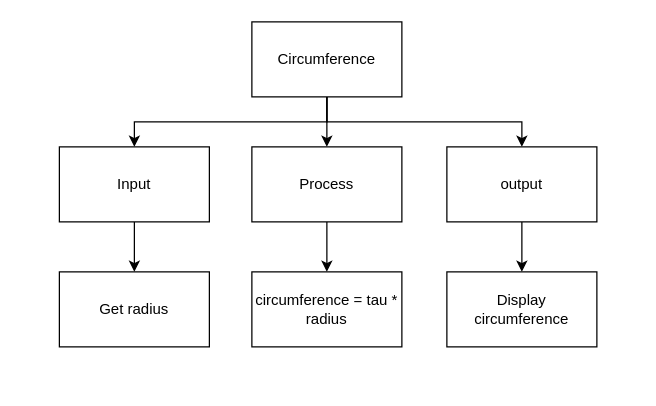
Above: page "Top Down" (1 of 2) of design.drawio in Samuel-Webster-178/Assignment-02-Python (draw.io), before the change. Source tidied: cells renumbered, new cells numbered last; positions are measured from the earlier drawing's top-left corner, leaving out a move shared by most shapes. Both pictures are drawn from the tidied source at 125%, with x=0, y=0 at pixel (59, 21).
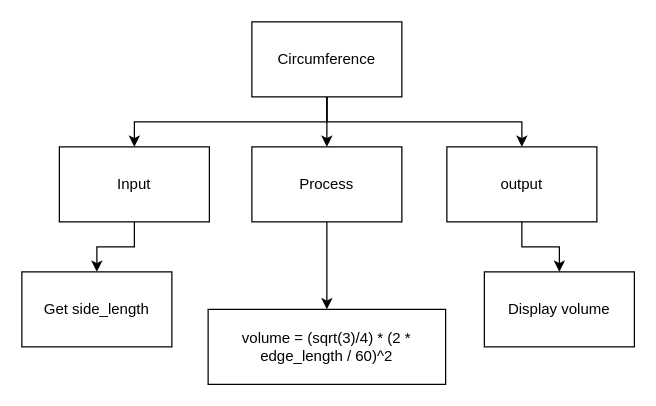
The same page after the edit.

Change to the diagram source:
```diff
@@
 <mxGraphModel>
   <root>
     <mxCell id="0" />
     <mxCell id="1" parent="0" />
     <mxCell id="2" style="edgeStyle=none;html=1;" parent="1" edge="1" source="5" target="9">
       <mxGeometry relative="1" as="geometry" />
     </mxCell>
     <mxCell id="3" style="edgeStyle=orthogonalEdgeStyle;html=1;entryX=0.5;entryY=0;entryDx=0;entryDy=0;rounded=0;" parent="1" edge="1" source="5" target="7">
       <mxGeometry relative="1" as="geometry">
         <Array as="points">
           <mxPoint x="214" y="80" />
           <mxPoint x="60" y="80" />
         </Array>
       </mxGeometry>
     </mxCell>
     <mxCell id="4" style="edgeStyle=orthogonalEdgeStyle;html=1;entryX=0.5;entryY=0;entryDx=0;entryDy=0;rounded=0;" parent="1" edge="1" source="5" target="11">
       <mxGeometry relative="1" as="geometry">
         <Array as="points">
           <mxPoint x="214" y="80" />
           <mxPoint x="370" y="80" />
         </Array>
       </mxGeometry>
     </mxCell>
     <mxCell id="5" value="Circumference" style="rounded=0;whiteSpace=wrap;html=1;" parent="1" vertex="1">
       <mxGeometry x="154" width="120" height="60" as="geometry" />
     </mxCell>
     <mxCell id="6" style="edgeStyle=orthogonalEdgeStyle;rounded=0;html=1;" parent="1" edge="1" source="7" target="12">
       <mxGeometry relative="1" as="geometry" />
     </mxCell>
     <mxCell id="7" value="Input" style="rounded=0;whiteSpace=wrap;html=1;" parent="1" vertex="1">
       <mxGeometry y="100" width="120" height="60" as="geometry" />
     </mxCell>
     <mxCell id="8" style="edgeStyle=orthogonalEdgeStyle;rounded=0;html=1;" parent="1" edge="1" source="9" target="13">
       <mxGeometry relative="1" as="geometry" />
     </mxCell>
     <mxCell id="9" value="Process" style="rounded=0;whiteSpace=wrap;html=1;" parent="1" vertex="1">
       <mxGeometry x="154" y="100" width="120" height="60" as="geometry" />
     </mxCell>
     <mxCell id="10" style="edgeStyle=orthogonalEdgeStyle;rounded=0;html=1;" parent="1" edge="1" source="11" target="14">
       <mxGeometry relative="1" as="geometry" />
     </mxCell>
     <mxCell id="11" value="output" style="rounded=0;whiteSpace=wrap;html=1;" parent="1" vertex="1">
       <mxGeometry x="310" y="100" width="120" height="60" as="geometry" />
     </mxCell>
-    <mxCell id="12" value="Get radius" style="rounded=0;whiteSpace=wrap;html=1;" parent="1" vertex="1">
-      <mxGeometry y="200" width="120" height="60" as="geometry" />
+    <mxCell id="12" value="Get side_length" style="rounded=0;whiteSpace=wrap;html=1;" parent="1" vertex="1">
+      <mxGeometry x="-30" y="200" width="120" height="60" as="geometry" />
     </mxCell>
-    <mxCell id="13" value="circumference = tau * radius" style="rounded=0;whiteSpace=wrap;html=1;" parent="1" vertex="1">
-      <mxGeometry x="154" y="200" width="120" height="60" as="geometry" />
+    <mxCell id="13" value="volume =&amp;nbsp;(sqrt(3)/4) * (2 * edge_length / 60)^2" style="rounded=0;whiteSpace=wrap;html=1;" parent="1" vertex="1">
+      <mxGeometry x="119" y="230" width="190" height="60" as="geometry" />
     </mxCell>
-    <mxCell id="14" value="Display circumference" style="rounded=0;whiteSpace=wrap;html=1;" parent="1" vertex="1">
-      <mxGeometry x="310" y="200" width="120" height="60" as="geometry" />
+    <mxCell id="14" value="Display volume" style="rounded=0;whiteSpace=wrap;html=1;" parent="1" vertex="1">
+      <mxGeometry x="340" y="200" width="120" height="60" as="geometry" />
     </mxCell>
   </root>
 </mxGraphModel>
```
